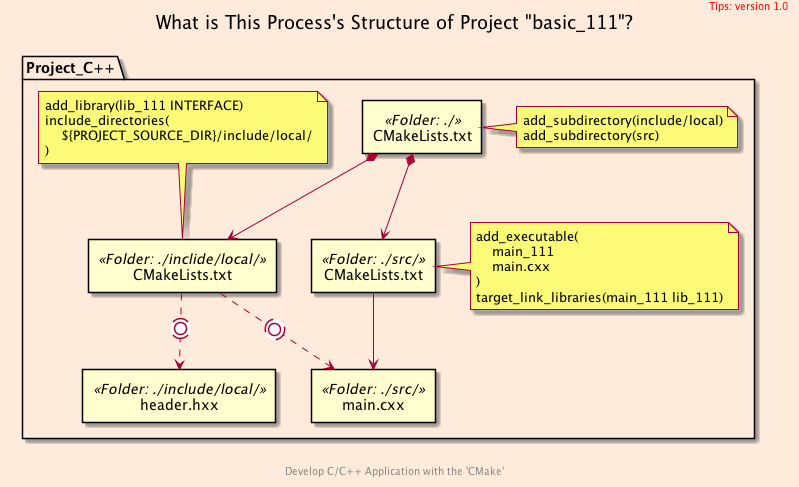
The PlantUML diagram docs/111/image/what-process.png in cnruby/w3h1_cmake, before a commit. Its diagram source:
```plantuml
@startuml
scale 700 width
skinparam backgroundColor #FFEBDC
scale 1

package Project_C++ as project {
    rectangle header.hxx <<Folder: ./include/local/>> as header
    rectangle main.cxx <<Folder: ./src/>> as main
    rectangle CMakeLists.txt <<Folder: ./>> as begin
    rectangle CMakeLists.txt <<Folder: ./src/>> as src_list
    rectangle CMakeLists.txt <<Folder: ./inclide/local/>> as local_list

    note right of begin
        add_subdirectory(include/local)
        add_subdirectory(src)
    endnote
    note top of local_list
        add_library(lib_111 INTERFACE)
        include_directories(
            ${PROJECT_SOURCE_DIR}/include/local/
        )
    endnote
    note right of src_list
        add_executable(
            main_111
            main.cxx
        )
        target_link_libraries(main_111 lib_111)
    endnote
}

begin *--> src_list
begin *--> local_list
src_list --> main
local_list .(0).> main
local_list .(0).> header

title
    What is This Process's Structure of Project "basic_111"?
end title

header
<font color=red>Tips: version 1.0</font>
endheader

center footer Develop C/C++ Application with the 'CMake'

@enduml
```
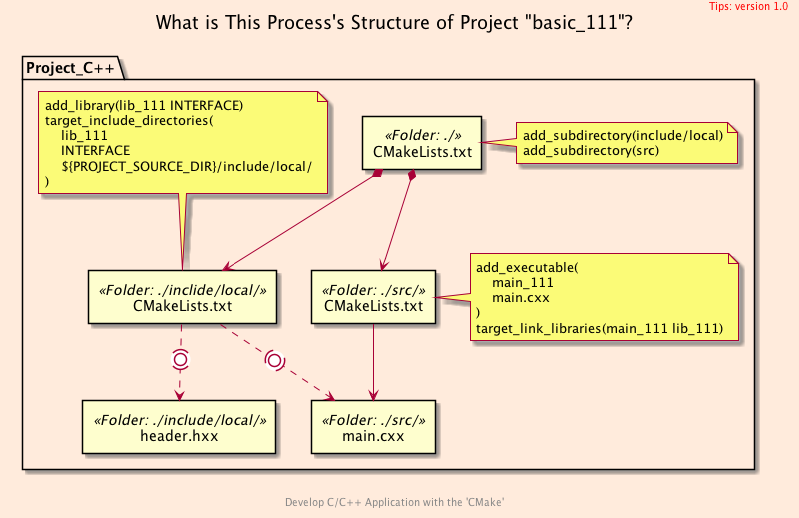
After the change.

Diff of the diagram source:
```diff
@@ -16,7 +16,9 @@
     endnote
     note top of local_list
         add_library(lib_111 INTERFACE)
-        include_directories(
+        target_include_directories(
+            lib_111
+            INTERFACE
             ${PROJECT_SOURCE_DIR}/include/local/
         )
     endnote
```
